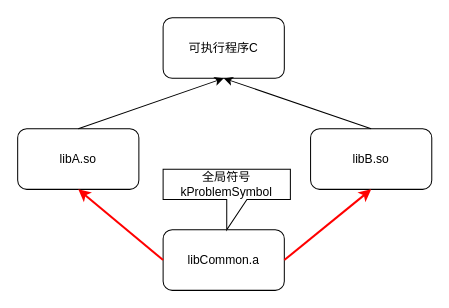
sigusr1/blog_assets keeps this draw.io diagram as 2024-06-27-double_link_global_symbol/framework.drawio. Above is the earlier version. Source tidied: cells renumbered, new cells numbered last; positions are measured from the earlier drawing's top-left corner, leaving out a move shared by most shapes. Both pictures are drawn from the tidied source at 101%, with x=0, y=0 at pixel (17, 17).
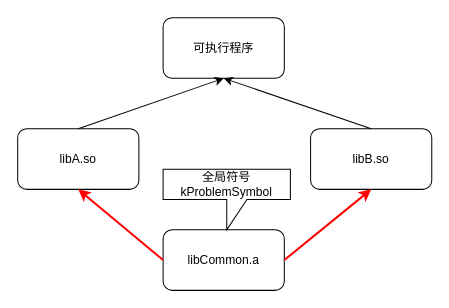
Above is the later version.

Change to the diagram source:
```diff
@@
 <mxGraphModel>
   <root>
     <mxCell id="0" />
     <mxCell id="1" parent="0" />
-    <mxCell id="2" value="可执行程序C" style="rounded=1;whiteSpace=wrap;html=1;" parent="1" vertex="1">
+    <mxCell id="2" value="可执行程序" style="rounded=1;whiteSpace=wrap;html=1;" parent="1" vertex="1">
       <mxGeometry x="144" width="120" height="60" as="geometry" />
     </mxCell>
     <mxCell id="3" value="libA.so" style="rounded=1;whiteSpace=wrap;html=1;" parent="1" vertex="1">
       <mxGeometry y="110" width="120" height="60" as="geometry" />
     </mxCell>
     <mxCell id="4" value="libB.so" style="rounded=1;whiteSpace=wrap;html=1;" parent="1" vertex="1">
       <mxGeometry x="290" y="110" width="120" height="60" as="geometry" />
     </mxCell>
     <mxCell id="5" value="libCommon.a" style="rounded=1;whiteSpace=wrap;html=1;" parent="1" vertex="1">
       <mxGeometry x="144" y="210" width="120" height="60" as="geometry" />
     </mxCell>
     <mxCell id="6" style="endArrow=classic;html=1;rounded=0;exitX=0;exitY=0.5;exitDx=0;exitDy=0;strokeColor=#FF0000;strokeWidth=2;" parent="1" edge="1" source="5">
       <mxGeometry relative="1" as="geometry">
         <mxPoint x="60" y="170" as="targetPoint" />
       </mxGeometry>
     </mxCell>
     <mxCell id="7" style="endArrow=classic;html=1;rounded=0;exitX=1;exitY=0.5;exitDx=0;exitDy=0;entryX=0.5;entryY=1;entryDx=0;entryDy=0;strokeColor=#FF0000;strokeWidth=2;" parent="1" edge="1" source="5" target="4">
       <mxGeometry relative="1" as="geometry" />
     </mxCell>
     <mxCell id="8" style="endArrow=classic;html=1;rounded=0;exitX=0.5;exitY=0;exitDx=0;exitDy=0;entryX=0.5;entryY=1;entryDx=0;entryDy=0;" parent="1" edge="1" source="3" target="2">
       <mxGeometry relative="1" as="geometry" />
     </mxCell>
     <mxCell id="9" style="endArrow=classic;html=1;rounded=0;exitX=0.5;exitY=0;exitDx=0;exitDy=0;entryX=0.5;entryY=1;entryDx=0;entryDy=0;" parent="1" edge="1" source="4" target="2">
       <mxGeometry relative="1" as="geometry" />
     </mxCell>
     <mxCell id="10" value="全局符号kProblemSymbol" style="shape=callout;whiteSpace=wrap;html=1;perimeter=calloutPerimeter;" parent="1" vertex="1">
       <mxGeometry x="144" y="150" width="126" height="60" as="geometry" />
     </mxCell>
   </root>
 </mxGraphModel>
```
